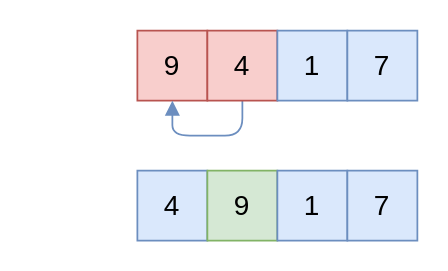
Before: src/array/sort/assets/gnome-sort-pass1.drawio in XuShaohua/TheAlgorithms, a draw.io diagram. Source tidied: cells renumbered, new cells numbered last; positions are measured from the earlier drawing's top-left corner, leaving out a move shared by most shapes. Both pictures are drawn from the tidied source at 175%, with x=0, y=0 at pixel (136, 30).
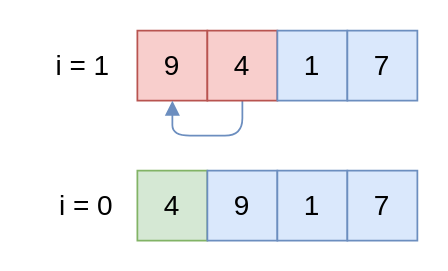
The same diagram, later.

Commit message (it also covers changes not shown here):
array: Update gnome sort charts

Diff of the diagram source:
```diff
@@
 <mxGraphModel>
   <root>
     <mxCell id="0" />
     <mxCell id="1" parent="0" />
     <mxCell id="2" style="edgeStyle=orthogonalEdgeStyle;rounded=1;orthogonalLoop=1;jettySize=auto;html=1;shadow=0;strokeColor=#6c8ebf;strokeWidth=1;fontFamily=Ubuntu;fontSize=14;fontStyle=0;endArrow=block;endFill=1;fillColor=#dae8fc;entryX=0.5;entryY=1;entryDx=0;entryDy=0;exitX=0.5;exitY=1;exitDx=0;exitDy=0;startArrow=block;startFill=1;" parent="1" edge="1">
       <mxGeometry relative="1" as="geometry">
         <mxPoint x="60" y="80" as="targetPoint" />
       </mxGeometry>
     </mxCell>
     <mxCell id="3" value="9" style="rounded=0;whiteSpace=wrap;html=1;shadow=0;strokeColor=#b85450;strokeWidth=1;fontFamily=Ubuntu;fontSize=16;fontStyle=0;fillColor=#f8cecc;" parent="1" vertex="1">
       <mxGeometry width="40" height="40" as="geometry" />
     </mxCell>
     <mxCell id="4" style="edgeStyle=orthogonalEdgeStyle;rounded=1;jettySize=auto;html=1;entryX=0.5;entryY=1;entryDx=0;entryDy=0;shadow=0;strokeColor=#6c8ebf;strokeWidth=1;fontFamily=Ubuntu;fontSize=14;fontStyle=0;endArrow=block;endFill=1;fillColor=#dae8fc;exitX=0.5;exitY=1;exitDx=0;exitDy=0;" parent="1" edge="1" source="5" target="3">
       <mxGeometry relative="1" as="geometry" />
     </mxCell>
     <mxCell id="5" value="4" style="rounded=0;whiteSpace=wrap;html=1;shadow=0;strokeColor=#b85450;strokeWidth=1;fontFamily=Ubuntu;fontSize=16;fontStyle=0;fillColor=#f8cecc;" parent="1" vertex="1">
       <mxGeometry x="40" width="40" height="40" as="geometry" />
     </mxCell>
     <mxCell id="6" value="1" style="rounded=0;whiteSpace=wrap;html=1;shadow=0;strokeColor=#6c8ebf;strokeWidth=1;fontFamily=Ubuntu;fontSize=16;fontStyle=0;fillColor=#dae8fc;" parent="1" vertex="1">
       <mxGeometry x="80" width="40" height="40" as="geometry" />
     </mxCell>
     <mxCell id="7" value="7" style="rounded=0;whiteSpace=wrap;html=1;shadow=0;strokeColor=#6c8ebf;strokeWidth=1;fontFamily=Ubuntu;fontSize=16;fontStyle=0;fillColor=#dae8fc;" parent="1" vertex="1">
       <mxGeometry x="120" width="40" height="40" as="geometry" />
     </mxCell>
-    <mxCell id="8" value="4" style="rounded=0;whiteSpace=wrap;html=1;shadow=0;strokeColor=#6c8ebf;strokeWidth=1;fontFamily=Ubuntu;fontSize=16;fontStyle=0;fillColor=#dae8fc;" parent="1" vertex="1">
+    <mxCell id="8" value="4" style="rounded=0;whiteSpace=wrap;html=1;shadow=0;strokeColor=#82b366;strokeWidth=1;fontFamily=Ubuntu;fontSize=16;fontStyle=0;fillColor=#d5e8d4;" parent="1" vertex="1">
       <mxGeometry y="80" width="40" height="40" as="geometry" />
     </mxCell>
-    <mxCell id="9" value="9" style="rounded=0;whiteSpace=wrap;html=1;shadow=0;strokeColor=#82b366;strokeWidth=1;fontFamily=Ubuntu;fontSize=16;fontStyle=0;fillColor=#d5e8d4;" parent="1" vertex="1">
+    <mxCell id="9" value="9" style="rounded=0;whiteSpace=wrap;html=1;shadow=0;strokeColor=#6c8ebf;strokeWidth=1;fontFamily=Ubuntu;fontSize=16;fontStyle=0;fillColor=#dae8fc;" parent="1" vertex="1">
       <mxGeometry x="40" y="80" width="40" height="40" as="geometry" />
     </mxCell>
     <mxCell id="10" value="1" style="rounded=0;whiteSpace=wrap;html=1;shadow=0;strokeColor=#6c8ebf;strokeWidth=1;fontFamily=Ubuntu;fontSize=16;fontStyle=0;fillColor=#dae8fc;" parent="1" vertex="1">
       <mxGeometry x="80" y="80" width="40" height="40" as="geometry" />
     </mxCell>
     <mxCell id="11" value="7" style="rounded=0;whiteSpace=wrap;html=1;shadow=0;strokeColor=#6c8ebf;strokeWidth=1;fontFamily=Ubuntu;fontSize=16;fontStyle=0;fillColor=#dae8fc;" parent="1" vertex="1">
       <mxGeometry x="120" y="80" width="40" height="40" as="geometry" />
     </mxCell>
+    <mxCell id="12" value="i = 1" style="text;html=1;align=center;verticalAlign=middle;whiteSpace=wrap;rounded=0;fontFamily=Ubuntu;fontSize=16;fontStyle=0;" parent="1" vertex="1">
+      <mxGeometry x="-61" y="5" width="60" height="30" as="geometry" />
+    </mxCell>
+    <mxCell id="13" value="i = 0" style="text;html=1;align=center;verticalAlign=middle;whiteSpace=wrap;rounded=0;fontFamily=Ubuntu;fontSize=16;fontStyle=0;" parent="1" vertex="1">
+      <mxGeometry x="-59" y="85" width="60" height="30" as="geometry" />
+    </mxCell>
   </root>
 </mxGraphModel>
```
